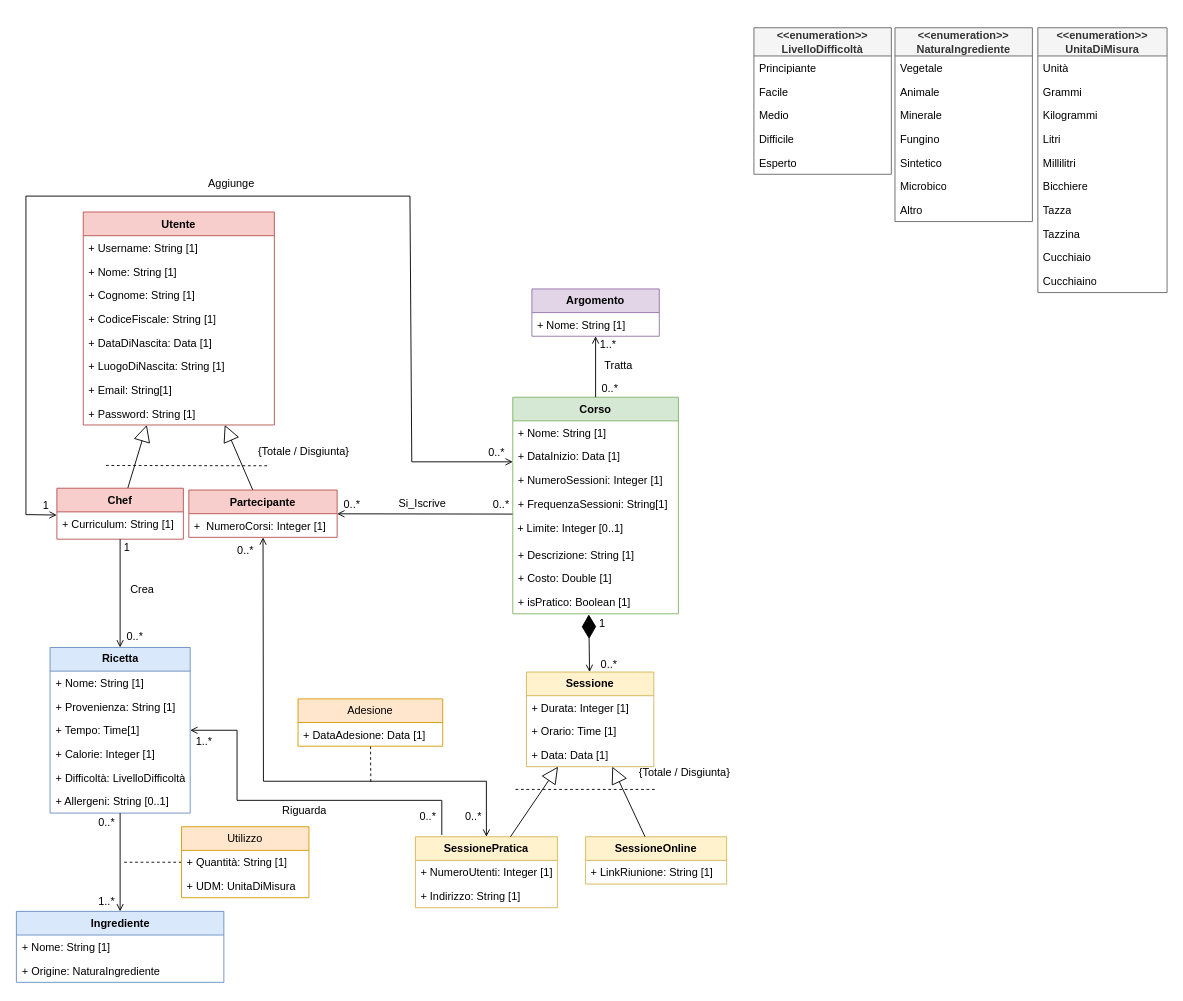
Before: page "Pagina-1" (1 of 2) of Object Orientation/UninaFoodLab_UML.drawio in KiyoWasTakenn/UninaFoodLab, a draw.io diagram. Source tidied: cells renumbered, new cells numbered last; positions are measured from the earlier drawing's top-left corner, leaving out a move shared by most shapes. Both pictures are drawn from the tidied source at 91%, with x=0, y=0 at pixel (15, 27).
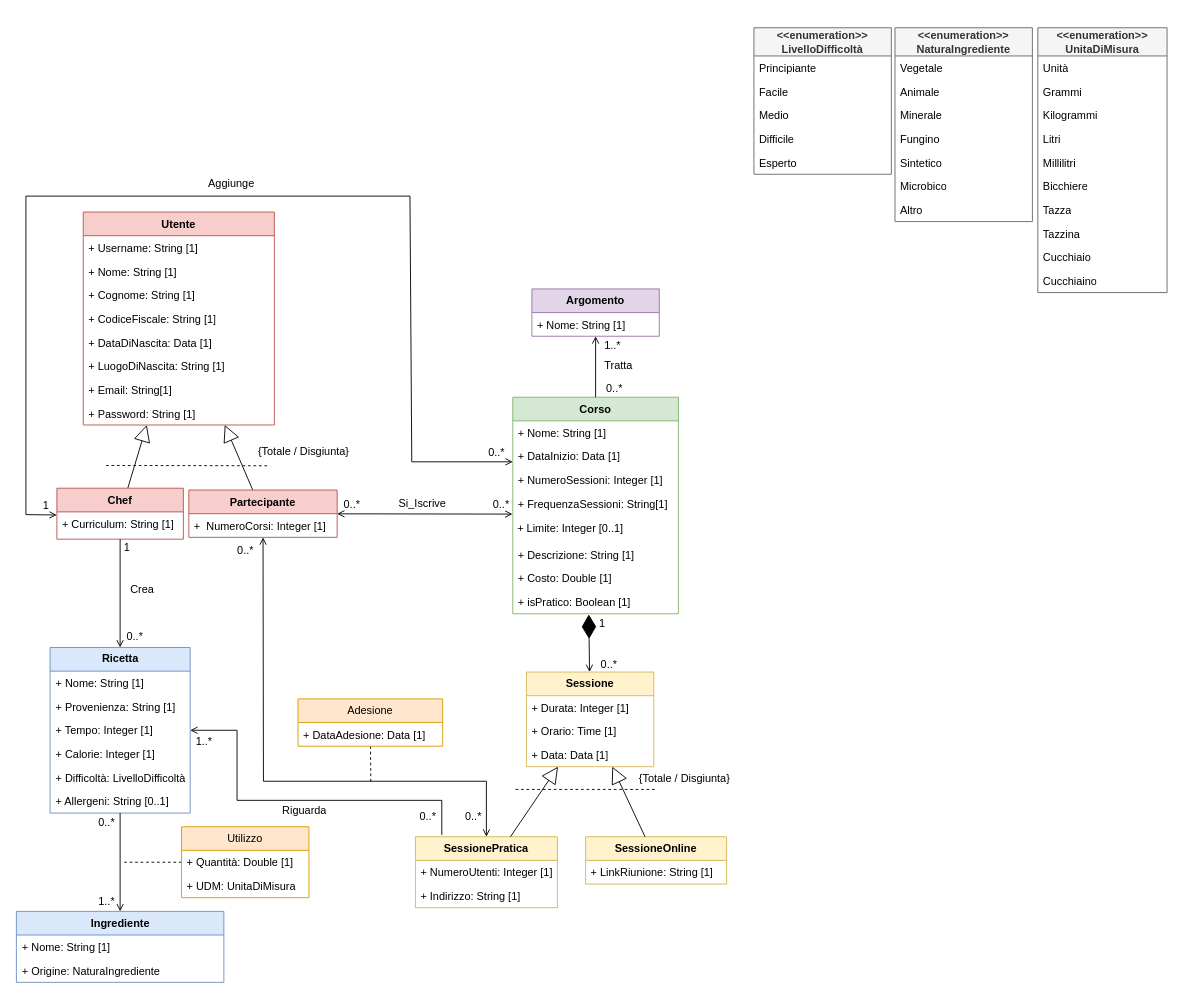
The same diagram, later.

Unchanged cells that the change refers to:
```xml
<mxCell id="15" value="+ FrequenzaSessioni: String[1]" style="text;strokeColor=none;fillColor=none;align=left;verticalAlign=top;spacingLeft=4;spacingRight=4;overflow=hidden;points=[[0,0.5],[1,0.5]];portConstraint=eastwest;whiteSpace=wrap;html=1;" parent="11" vertex="1">
  <mxGeometry y="104" width="182" height="26" as="geometry" />
</mxCell>
<mxCell id="33" value="&lt;b&gt;Ricetta&lt;/b&gt;" style="swimlane;fontStyle=0;horizontal=1;startSize=26;whiteSpace=wrap;html=1;fillColor=#dae8fc;strokeColor=#6c8ebf;" parent="1" vertex="1">
  <mxGeometry x="37.5" y="681" width="154" height="182" as="geometry" />
</mxCell>
<mxCell id="41" value="Utilizzo" style="swimlane;fontStyle=0;horizontal=1;startSize=26;fillColor=#ffe6cc;whiteSpace=wrap;html=1;strokeColor=#d79b00;" parent="1" vertex="1">
  <mxGeometry x="182" y="878" width="140" height="78" as="geometry" />
</mxCell>
<mxCell id="50" value="Partecipante" style="swimlane;fontStyle=1;align=center;verticalAlign=top;horizontal=1;startSize=26;whiteSpace=wrap;html=1;fillColor=#f8cecc;strokeColor=#b85450;" parent="1" vertex="1">
  <mxGeometry x="190" y="508" width="163" height="52" as="geometry" />
</mxCell>
```

Change to the diagram source:
```diff
@@
-    <mxCell id="36" value="+ Tempo: Time[1]" style="text;strokeColor=none;fillColor=none;align=left;verticalAlign=top;spacingLeft=4;spacingRight=4;overflow=hidden;whiteSpace=wrap;html=1;" parent="33" vertex="1">
+    <mxCell id="36" value="+ Tempo: Integer [1]" style="text;strokeColor=none;fillColor=none;align=left;verticalAlign=top;spacingLeft=4;spacingRight=4;overflow=hidden;whiteSpace=wrap;html=1;" parent="33" vertex="1">
       <mxGeometry y="78" width="154" height="26" as="geometry" />
     </mxCell>
@@
-    <mxCell id="42" value="+ Quantità: String [1]" style="text;strokeColor=none;fillColor=none;align=left;verticalAlign=top;spacingLeft=4;spacingRight=4;overflow=hidden;whiteSpace=wrap;html=1;" parent="41" vertex="1">
+    <mxCell id="42" value="+ Quantità: Double [1]" style="text;strokeColor=none;fillColor=none;align=left;verticalAlign=top;spacingLeft=4;spacingRight=4;overflow=hidden;whiteSpace=wrap;html=1;" parent="41" vertex="1">
       <mxGeometry y="26" width="140" height="26" as="geometry" />
     </mxCell>
@@
     <mxCell id="46" value="{Totale / Disgiunta}" style="text;html=1;align=center;verticalAlign=middle;whiteSpace=wrap;rounded=0;" parent="1" vertex="1">
-      <mxGeometry x="681" y="805" width="108" height="28" as="geometry" />
+      <mxGeometry x="681" y="811" width="108" height="28" as="geometry" />
     </mxCell>
@@
-    <mxCell id="68" style="endArrow=none;html=1;rounded=0;entryX=-0.002;entryY=0.94;entryDx=0;entryDy=0;entryPerimeter=0;startArrow=open;startFill=0;" parent="1" edge="1" source="50" target="15">
+    <mxCell id="68" style="endArrow=open;html=1;rounded=0;entryX=-0.002;entryY=0.94;entryDx=0;entryDy=0;entryPerimeter=0;startArrow=open;startFill=0;endFill=0;" parent="1" edge="1" source="50" target="15">
       <mxGeometry relative="1" as="geometry" />
     </mxCell>
@@
     <mxCell id="82" value="0..*" style="text;html=1;align=center;verticalAlign=middle;whiteSpace=wrap;rounded=0;" parent="1" vertex="1">
-      <mxGeometry x="623" y="382" width="60" height="30" as="geometry" />
+      <mxGeometry x="628" y="382" width="60" height="30" as="geometry" />
     </mxCell>
     <mxCell id="83" value="1..*" style="text;html=1;align=center;verticalAlign=middle;whiteSpace=wrap;rounded=0;" parent="1" vertex="1">
-      <mxGeometry x="621" y="333" width="60" height="30" as="geometry" />
+      <mxGeometry x="626" y="335" width="60" height="30" as="geometry" />
     </mxCell>
```
